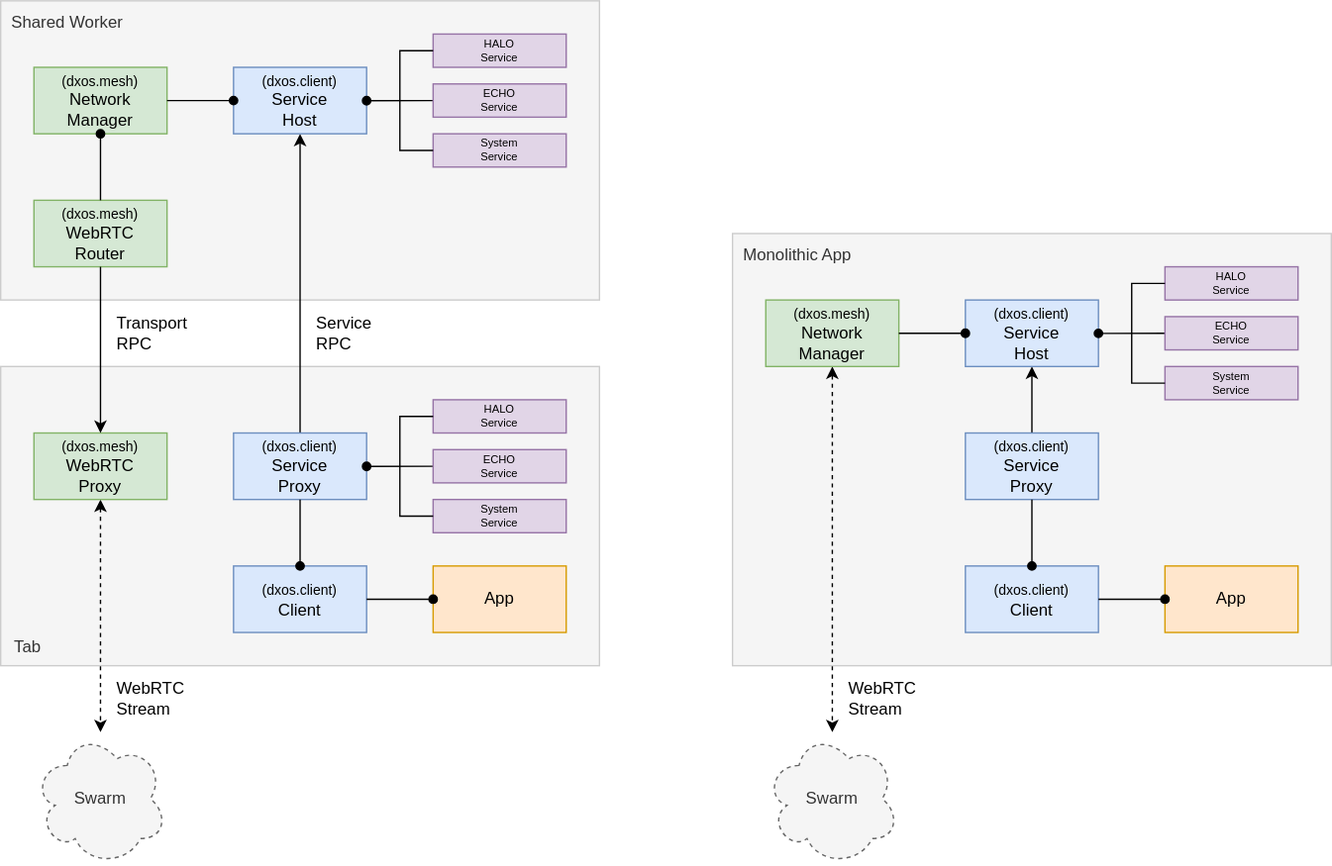
The draw.io diagram docs/design/diagrams/client-webrtc-router.drawio.svg in dxos/dxos, before a commit. Source tidied: cells renumbered, new cells last; positions are measured from the earlier drawing's top-left corner, leaving out a move shared by most shapes.
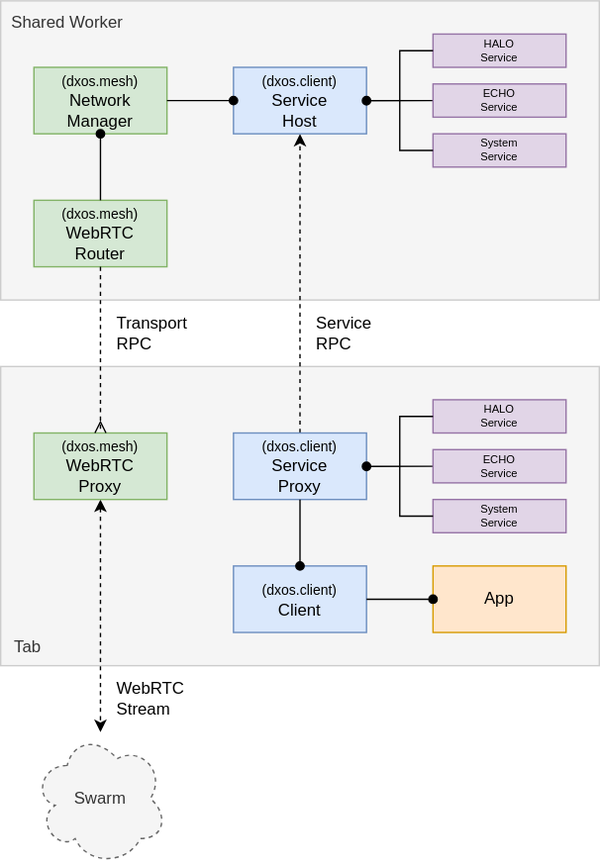
Later version of the same file.

Change to the diagram source:
```diff
@@ -17,7 +17,7 @@
     <mxCell id="6" value="&lt;font style=&quot;font-size: 10px&quot;&gt;(dxos.mesh)&lt;/font&gt;&lt;br&gt;WebRTC&lt;br&gt;Router" style="rounded=0;whiteSpace=wrap;html=1;fillColor=#d5e8d4;strokeColor=#82b366;" parent="1" vertex="1">
       <mxGeometry x="24" y="144" width="96" height="48" as="geometry" />
     </mxCell>
-    <mxCell id="7" style="edgeStyle=none;html=1;exitX=0.5;exitY=0;exitDx=0;exitDy=0;entryX=0.5;entryY=1;entryDx=0;entryDy=0;startArrow=none;startFill=0;endArrow=classic;endFill=1;" parent="1" edge="1" source="8" target="9">
+    <mxCell id="7" style="edgeStyle=none;html=1;exitX=0.5;exitY=0;exitDx=0;exitDy=0;entryX=0.5;entryY=1;entryDx=0;entryDy=0;startArrow=none;startFill=0;endArrow=classic;endFill=1;dashed=1;" parent="1" edge="1" source="8" target="9">
       <mxGeometry relative="1" as="geometry" />
     </mxCell>
     <mxCell id="8" value="&lt;font style=&quot;font-size: 10px&quot;&gt;(dxos.client)&lt;br&gt;&lt;/font&gt;Service&lt;br&gt;Proxy" style="rounded=0;whiteSpace=wrap;html=1;fillColor=#dae8fc;strokeColor=#6c8ebf;" parent="1" vertex="1">
@@ -59,7 +59,7 @@
     <mxCell id="20" style="edgeStyle=none;html=1;exitX=0;exitY=0.5;exitDx=0;exitDy=0;startArrow=oval;startFill=1;endArrow=none;endFill=0;" parent="1" edge="1" source="9" target="18">
       <mxGeometry relative="1" as="geometry" />
     </mxCell>
-    <mxCell id="21" style="edgeStyle=none;html=1;exitX=0.5;exitY=1;exitDx=0;exitDy=0;startArrow=none;startFill=0;endArrow=classic;endFill=1;" parent="1" edge="1" source="6" target="5">
+    <mxCell id="21" style="edgeStyle=none;html=1;exitX=0.5;exitY=1;exitDx=0;exitDy=0;startArrow=none;startFill=0;endArrow=ERmany;endFill=0;dashed=1;" parent="1" edge="1" source="6" target="5">
       <mxGeometry relative="1" as="geometry" />
     </mxCell>
     <mxCell id="22" style="group;" parent="1" vertex="1">
@@ -112,69 +112,5 @@
         </Array>
       </mxGeometry>
     </mxCell>
-    <mxCell id="34" value="Monolithic App" style="rounded=0;whiteSpace=wrap;html=1;fillColor=#f5f5f5;fontColor=#333333;strokeColor=#CCCCCC;verticalAlign=top;spacingBottom=4;spacingTop=4;align=left;spacing=0;spacingRight=8;spacingLeft=8;" parent="1" vertex="1">
-      <mxGeometry x="528" y="168" width="432" height="312" as="geometry" />
-    </mxCell>
-    <mxCell id="35" style="edgeStyle=none;html=1;startArrow=classic;startFill=1;endArrow=classic;endFill=1;dashed=1;" parent="1" edge="1" source="45" target="39">
-      <mxGeometry relative="1" as="geometry" />
-    </mxCell>
-    <mxCell id="36" style="edgeStyle=none;html=1;exitX=0.5;exitY=0;exitDx=0;exitDy=0;entryX=0.5;entryY=1;entryDx=0;entryDy=0;startArrow=none;startFill=0;endArrow=classic;endFill=1;" parent="1" edge="1" source="37" target="38">
-      <mxGeometry relative="1" as="geometry" />
-    </mxCell>
-    <mxCell id="37" value="&lt;font style=&quot;font-size: 10px&quot;&gt;(dxos.client)&lt;br&gt;&lt;/font&gt;Service&lt;br&gt;Proxy" style="rounded=0;whiteSpace=wrap;html=1;fillColor=#dae8fc;strokeColor=#6c8ebf;" parent="1" vertex="1">
-      <mxGeometry x="696" y="312" width="96" height="48" as="geometry" />
-    </mxCell>
-    <mxCell id="38" value="&lt;font style=&quot;font-size: 10px&quot;&gt;(dxos.client)&lt;/font&gt;&lt;br&gt;Service&lt;br&gt;Host" style="rounded=0;whiteSpace=wrap;html=1;fillColor=#dae8fc;strokeColor=#6c8ebf;" parent="1" vertex="1">
-      <mxGeometry x="696" y="216" width="96" height="48" as="geometry" />
-    </mxCell>
-    <mxCell id="39" value="Swarm" style="ellipse;shape=cloud;whiteSpace=wrap;html=1;dashed=1;fillColor=#f5f5f5;fontColor=#333333;strokeColor=#666666;" parent="1" vertex="1">
-      <mxGeometry x="552" y="528" width="96" height="96" as="geometry" />
-    </mxCell>
-    <mxCell id="40" value="WebRTC&lt;br&gt;Stream" style="rounded=0;whiteSpace=wrap;html=1;dashed=1;align=left;spacingLeft=10;strokeColor=none;fillColor=none;" parent="1" vertex="1">
-      <mxGeometry x="600" y="480" width="96" height="48" as="geometry" />
-    </mxCell>
-    <mxCell id="41" value="&lt;font style=&quot;font-size: 10px&quot;&gt;(dxos.client)&lt;br&gt;&lt;/font&gt;Client" style="rounded=0;whiteSpace=wrap;html=1;fillColor=#dae8fc;strokeColor=#6c8ebf;" parent="1" vertex="1">
-      <mxGeometry x="696" y="408" width="96" height="48" as="geometry" />
-    </mxCell>
-    <mxCell id="42" value="App" style="rounded=0;whiteSpace=wrap;html=1;fillColor=#ffe6cc;strokeColor=#d79b00;" parent="1" vertex="1">
-      <mxGeometry x="840" y="408" width="96" height="48" as="geometry" />
-    </mxCell>
-    <mxCell id="43" style="edgeStyle=none;html=1;exitX=0.5;exitY=0;exitDx=0;exitDy=0;startArrow=oval;startFill=1;endArrow=none;endFill=0;" parent="1" edge="1" source="41" target="37">
-      <mxGeometry relative="1" as="geometry" />
-    </mxCell>
-    <mxCell id="44" style="edgeStyle=none;html=1;exitX=0;exitY=0.5;exitDx=0;exitDy=0;startArrow=oval;startFill=1;endArrow=none;endFill=0;" parent="1" edge="1" source="42" target="41">
-      <mxGeometry relative="1" as="geometry" />
-    </mxCell>
-    <mxCell id="45" value="&lt;font style=&quot;font-size: 10px&quot;&gt;(dxos.mesh)&lt;br&gt;&lt;/font&gt;Network&lt;br&gt;Manager" style="rounded=0;whiteSpace=wrap;html=1;fillColor=#d5e8d4;strokeColor=#82b366;" parent="1" vertex="1">
-      <mxGeometry x="552" y="216" width="96" height="48" as="geometry" />
-    </mxCell>
-    <mxCell id="46" style="edgeStyle=none;html=1;exitX=0;exitY=0.5;exitDx=0;exitDy=0;startArrow=oval;startFill=1;endArrow=none;endFill=0;" parent="1" edge="1" source="38" target="45">
-      <mxGeometry relative="1" as="geometry" />
-    </mxCell>
-    <mxCell id="47" style="group;" parent="1" vertex="1">
-      <mxGeometry x="792" y="192" width="144" height="96" as="geometry" />
-    </mxCell>
-    <mxCell id="48" value="HALO&lt;br style=&quot;font-size: 8px&quot;&gt;Service" style="rounded=0;whiteSpace=wrap;html=1;fontSize=8;fillColor=#e1d5e7;strokeColor=#9673a6;" parent="47" vertex="1">
-      <mxGeometry x="48" width="96" height="24" as="geometry" />
-    </mxCell>
-    <mxCell id="49" style="edgeStyle=none;rounded=0;html=1;exitX=0;exitY=0.5;exitDx=0;exitDy=0;startArrow=none;startFill=0;endArrow=oval;endFill=1;" parent="47" edge="1" source="50">
-      <mxGeometry relative="1" as="geometry">
-        <mxPoint y="48.1" as="targetPoint" />
-      </mxGeometry>
-    </mxCell>
-    <mxCell id="50" value="ECHO&lt;br style=&quot;font-size: 8px&quot;&gt;Service" style="rounded=0;whiteSpace=wrap;html=1;fontSize=8;fillColor=#e1d5e7;strokeColor=#9673a6;" parent="47" vertex="1">
-      <mxGeometry x="48" y="36" width="96" height="24" as="geometry" />
-    </mxCell>
-    <mxCell id="51" value="System&lt;br style=&quot;font-size: 8px&quot;&gt;Service" style="rounded=0;whiteSpace=wrap;html=1;fontSize=8;fillColor=#e1d5e7;strokeColor=#9673a6;" parent="47" vertex="1">
-      <mxGeometry x="48" y="72" width="96" height="24" as="geometry" />
-    </mxCell>
-    <mxCell id="52" style="edgeStyle=none;html=1;exitX=0;exitY=0.5;exitDx=0;exitDy=0;entryX=0;entryY=0.5;entryDx=0;entryDy=0;startArrow=none;startFill=0;endArrow=none;endFill=0;rounded=0;" parent="47" edge="1" source="48" target="51">
-      <mxGeometry relative="1" as="geometry">
-        <Array as="points">
-          <mxPoint x="24" y="12" />
-          <mxPoint x="24" y="84" />
-        </Array>
-      </mxGeometry>
-    </mxCell>
   </root>
 </mxGraphModel>
```
